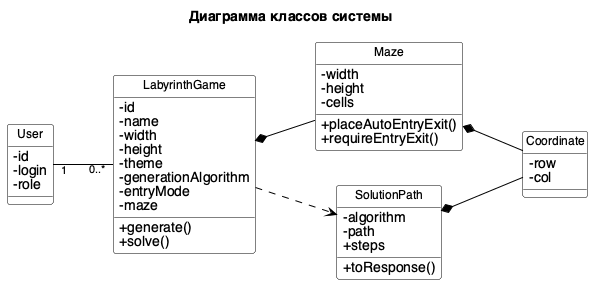
ozcnii/software-engineering keeps this PlantUML diagram as diagrams/class/class-diagram.png. Above is the earlier version. Source of this version:
```plantuml
@startuml
title Диаграмма классов системы

skinparam backgroundColor #FFFFFF
skinparam DefaultFontName Helvetica
skinparam class {
  BackgroundColor #FFFFFF
  BorderColor #000000
  FontSize 12
  AttributeIconSize 0
}
skinparam ArrowColor #000000
skinparam ArrowFontSize 11
hide circle

left to right direction

class User {
  -id
  -login
  -role
}

class LabyrinthGame {
  -id
  -name
  -width
  -height
  -theme
  -generationAlgorithm
  -entryMode
  -maze
  +generate()
  +solve()
}

class Maze {
  -width
  -height
  -cells
  +placeAutoEntryExit()
  +requireEntryExit()
}

class Coordinate {
  -row
  -col
}

class SolutionPath {
  -algorithm
  -path
  +steps
  +toResponse()
}

User "1" -- "0..*" LabyrinthGame
LabyrinthGame *-- Maze
Maze *-- Coordinate
SolutionPath *-- Coordinate
LabyrinthGame ..> SolutionPath

@enduml
```
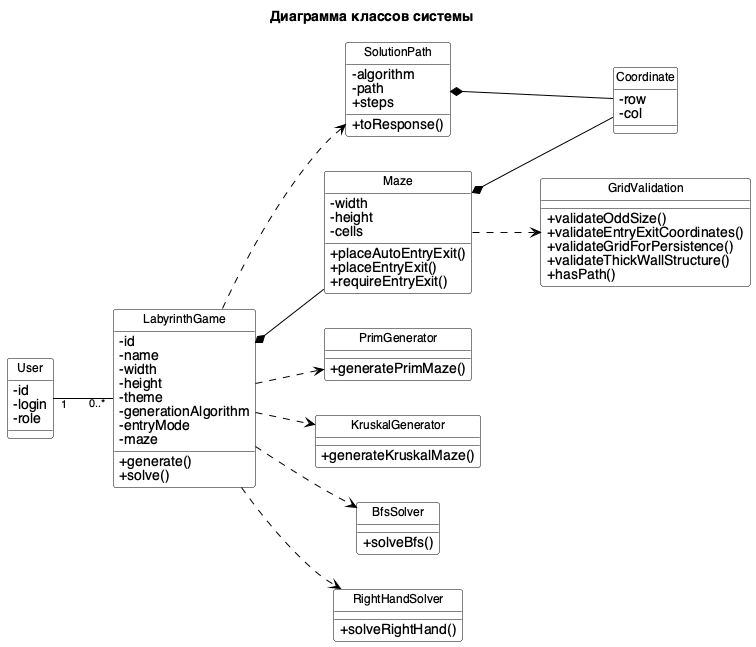
After the change.

The edit, as a diff of the source:
```diff
@@ -39,6 +39,7 @@
   -height
   -cells
   +placeAutoEntryExit()
+  +placeEntryExit()
   +requireEntryExit()
 }
 
@@ -54,10 +55,39 @@
   +toResponse()
 }
 
+class GridValidation {
+  +validateOddSize()
+  +validateEntryExitCoordinates()
+  +validateGridForPersistence()
+  +validateThickWallStructure()
+  +hasPath()
+}
+
+class PrimGenerator {
+  +generatePrimMaze()
+}
+
+class KruskalGenerator {
+  +generateKruskalMaze()
+}
+
+class BfsSolver {
+  +solveBfs()
+}
+
+class RightHandSolver {
+  +solveRightHand()
+}
+
 User "1" -- "0..*" LabyrinthGame
 LabyrinthGame *-- Maze
 Maze *-- Coordinate
 SolutionPath *-- Coordinate
 LabyrinthGame ..> SolutionPath
+LabyrinthGame ..> PrimGenerator
+LabyrinthGame ..> KruskalGenerator
+LabyrinthGame ..> BfsSolver
+LabyrinthGame ..> RightHandSolver
+Maze ..> GridValidation
 
 @enduml
```
